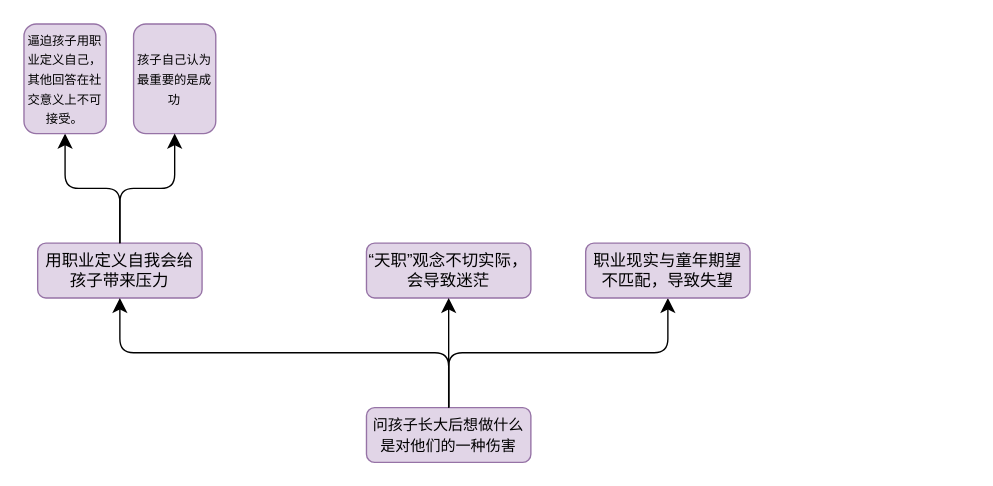
youmiwei/drawio keeps this draw.io diagram as 批判性思维课程报告图.drawio. Above is the earlier version. Source tidied: cells renumbered, new cells numbered last; positions are measured from the earlier drawing's top-left corner, leaving out a move shared by most shapes. Both pictures are drawn from the tidied source at 137%, with x=0, y=0 at pixel (23, 23).
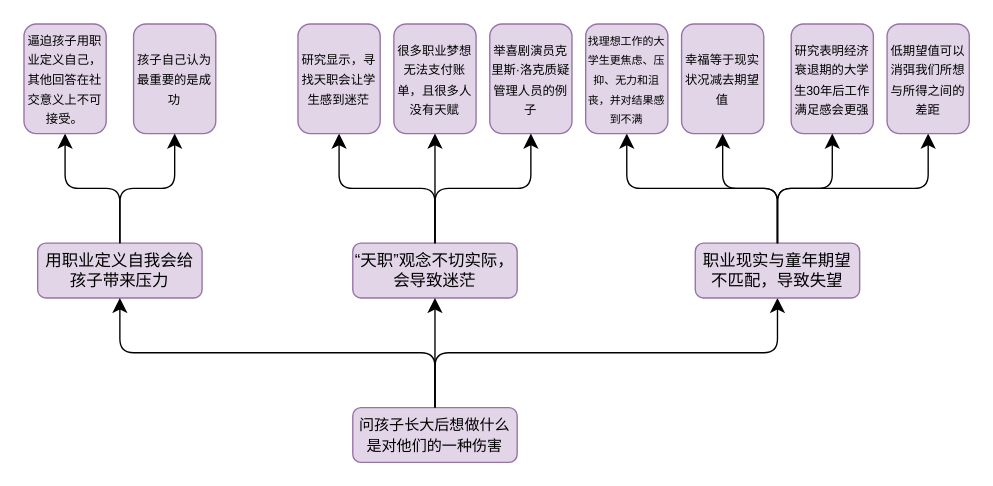
The same page after the edit.

Commit message (it also covers changes not shown here):
更新批判性思维课程报告图.drawio

The edit, as a diff of the source:
```diff
@@
     <mxCell id="2" value="&lt;font style=&quot;font-size: 11px;&quot;&gt;问孩子长大后想做什么是对他们的一种伤害&lt;/font&gt;" style="rounded=1;whiteSpace=wrap;html=1;fillColor=#e1d5e7;strokeColor=#9673a6;" parent="1" vertex="1">
-      <mxGeometry x="250" y="280" width="120" height="40" as="geometry" />
+      <mxGeometry x="240" y="280" width="120" height="40" as="geometry" />
     </mxCell>
@@
     <mxCell id="4" value="“天职”观念不切实际，会导致迷茫" style="rounded=1;whiteSpace=wrap;html=1;fillColor=#e1d5e7;strokeColor=#9673a6;" parent="1" vertex="1">
-      <mxGeometry x="250" y="160" width="120" height="40" as="geometry" />
+      <mxGeometry x="240" y="160" width="120" height="40" as="geometry" />
     </mxCell>
     <mxCell id="5" value="职业现实与童年期望不匹配，导致失望" style="rounded=1;whiteSpace=wrap;html=1;fillColor=#e1d5e7;strokeColor=#9673a6;" parent="1" vertex="1">
-      <mxGeometry x="410" y="160" width="120" height="40" as="geometry" />
+      <mxGeometry x="490" y="160" width="120" height="40" as="geometry" />
     </mxCell>
@@
+    <mxCell id="13" style="edgeStyle=elbowEdgeStyle;elbow=vertical;endArrow=classic;html=1;curved=0;rounded=1;endSize=8;startSize=8;exitX=0.5;exitY=0;exitDx=0;exitDy=0;entryX=0.5;entryY=1;entryDx=0;entryDy=0;" parent="1" edge="1" source="4" target="14">
+      <mxGeometry relative="1" as="geometry" />
+    </mxCell>
+    <mxCell id="14" value="&lt;font style=&quot;font-size: 9px;&quot;&gt;研究显示，寻找天职会让学生感到迷茫&lt;/font&gt;" style="rounded=1;whiteSpace=wrap;html=1;fillColor=#e1d5e7;strokeColor=#9673a6;" parent="1" vertex="1">
+      <mxGeometry x="200" width="60" height="80" as="geometry" />
+    </mxCell>
+    <mxCell id="15" value="&lt;font style=&quot;font-size: 9px;&quot;&gt;举喜剧演员克里斯·洛克质疑管理人员的例子&lt;/font&gt;" style="rounded=1;whiteSpace=wrap;html=1;fillColor=#e1d5e7;strokeColor=#9673a6;" parent="1" vertex="1">
+      <mxGeometry x="340" width="60" height="80" as="geometry" />
+    </mxCell>
+    <mxCell id="16" style="edgeStyle=elbowEdgeStyle;elbow=vertical;endArrow=classic;html=1;curved=0;rounded=1;endSize=8;startSize=8;exitX=0.5;exitY=0;exitDx=0;exitDy=0;entryX=0.5;entryY=1;entryDx=0;entryDy=0;" parent="1" edge="1" source="4" target="15">
+      <mxGeometry relative="1" as="geometry" />
+    </mxCell>
+    <mxCell id="17" value="&lt;font style=&quot;font-size: 9px;&quot;&gt;很多职业梦想无法支付账单，且很多人没有天赋&lt;/font&gt;" style="rounded=1;whiteSpace=wrap;html=1;fillColor=#e1d5e7;strokeColor=#9673a6;" parent="1" vertex="1">
+      <mxGeometry x="270" width="60" height="80" as="geometry" />
+    </mxCell>
+    <mxCell id="18" style="edgeStyle=elbowEdgeStyle;elbow=vertical;endArrow=classic;html=1;curved=0;rounded=1;endSize=8;startSize=8;exitX=0.5;exitY=0;exitDx=0;exitDy=0;entryX=0.5;entryY=1;entryDx=0;entryDy=0;" parent="1" edge="1" source="4" target="17">
+      <mxGeometry relative="1" as="geometry" />
+    </mxCell>
+    <mxCell id="19" style="edgeStyle=elbowEdgeStyle;elbow=vertical;endArrow=classic;html=1;curved=0;rounded=1;endSize=8;startSize=8;exitX=0.5;exitY=0;exitDx=0;exitDy=0;entryX=0.5;entryY=1;entryDx=0;entryDy=0;" parent="1" edge="1" target="20">
+      <mxGeometry relative="1" as="geometry">
+        <mxPoint x="550" y="160" as="sourcePoint" />
+      </mxGeometry>
+    </mxCell>
+    <mxCell id="20" value="&lt;font style=&quot;font-size: 8px;&quot;&gt;找理想工作的大学生更焦虑、压抑、无力和沮丧，并对结果感到不满&lt;/font&gt;" style="rounded=1;whiteSpace=wrap;html=1;fillColor=#e1d5e7;strokeColor=#9673a6;" parent="1" vertex="1">
+      <mxGeometry x="410" width="60" height="80" as="geometry" />
+    </mxCell>
+    <mxCell id="21" value="&lt;font style=&quot;font-size: 9px;&quot;&gt;研究表明经济衰退期的大学生30年后工作满足感会更强&lt;/font&gt;" style="rounded=1;whiteSpace=wrap;html=1;fillColor=#e1d5e7;strokeColor=#9673a6;" parent="1" vertex="1">
+      <mxGeometry x="560" width="60" height="80" as="geometry" />
+    </mxCell>
+    <mxCell id="22" style="edgeStyle=elbowEdgeStyle;elbow=vertical;endArrow=classic;html=1;curved=0;rounded=1;endSize=8;startSize=8;exitX=0.5;exitY=0;exitDx=0;exitDy=0;entryX=0.5;entryY=1;entryDx=0;entryDy=0;" parent="1" edge="1" target="21">
+      <mxGeometry relative="1" as="geometry">
+        <mxPoint x="550" y="160" as="sourcePoint" />
+      </mxGeometry>
+    </mxCell>
+    <mxCell id="23" value="&lt;font style=&quot;font-size: 9px;&quot;&gt;幸福等于现实状况减去期望值&lt;/font&gt;" style="rounded=1;whiteSpace=wrap;html=1;fillColor=#e1d5e7;strokeColor=#9673a6;" parent="1" vertex="1">
+      <mxGeometry x="480" width="60" height="80" as="geometry" />
+    </mxCell>
+    <mxCell id="24" style="edgeStyle=elbowEdgeStyle;elbow=vertical;endArrow=classic;html=1;curved=0;rounded=1;endSize=8;startSize=8;exitX=0.5;exitY=0;exitDx=0;exitDy=0;entryX=0.5;entryY=1;entryDx=0;entryDy=0;" parent="1" edge="1" source="5" target="23">
+      <mxGeometry relative="1" as="geometry" />
+    </mxCell>
+    <mxCell id="25" style="edgeStyle=elbowEdgeStyle;elbow=vertical;endArrow=classic;html=1;curved=0;rounded=1;endSize=8;startSize=8;exitX=0.5;exitY=0;exitDx=0;exitDy=0;entryX=0.5;entryY=1;entryDx=0;entryDy=0;" parent="1" edge="1" source="5" target="26">
+      <mxGeometry relative="1" as="geometry" />
+    </mxCell>
+    <mxCell id="26" value="&lt;font style=&quot;font-size: 9px;&quot;&gt;低期望值可以消弭我们所想与所得之间的差距&lt;/font&gt;" style="rounded=1;whiteSpace=wrap;html=1;fillColor=#e1d5e7;strokeColor=#9673a6;" parent="1" vertex="1">
+      <mxGeometry x="630" width="60" height="80" as="geometry" />
+    </mxCell>
```
